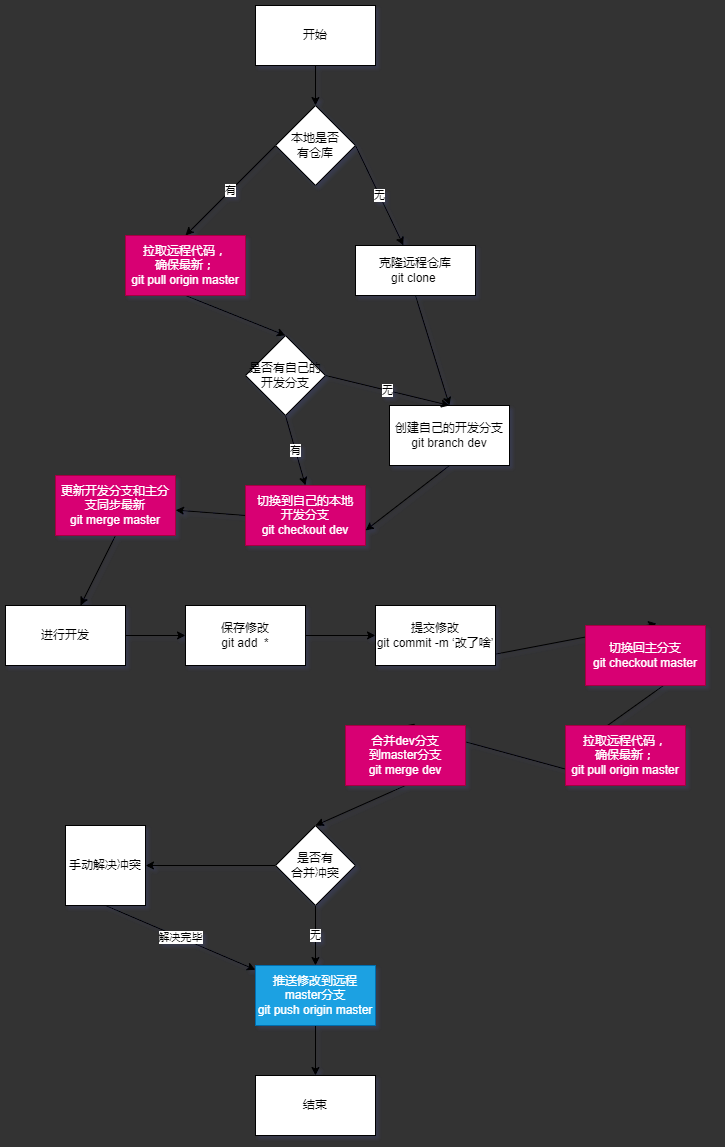
This is git_step.png from 0x7A7A6572/primary-care-client, a draw.io export, as it was before one commit. Source tidied: cells renumbered, new cells last; positions are measured from the earlier drawing's top-left corner, leaving out a move shared by most shapes.
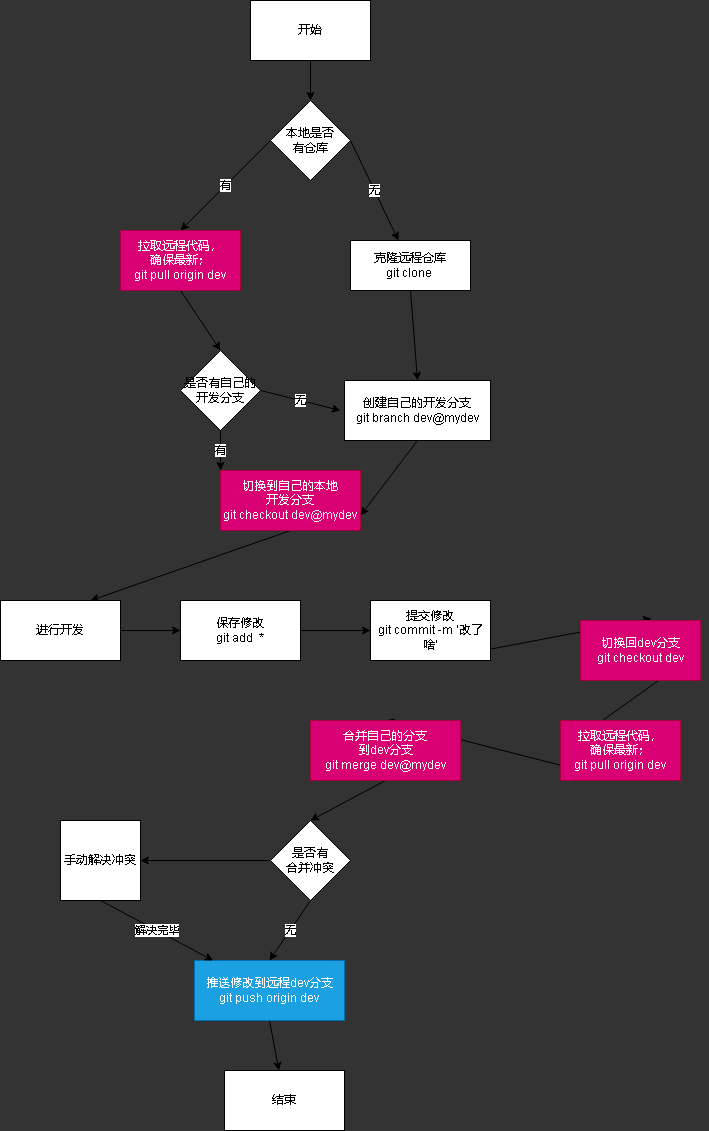
The same file after the commit.

The edit, as a diff of the source:
```diff
@@ -20,7 +20,7 @@
     <mxCell id="7" style="edgeStyle=none;html=1;exitX=0.5;exitY=1;exitDx=0;exitDy=0;entryX=0.5;entryY=0;entryDx=0;entryDy=0;" parent="1" edge="1" source="8" target="17">
       <mxGeometry relative="1" as="geometry" />
     </mxCell>
-    <mxCell id="8" value="拉取远程代码，&lt;br&gt;确保最新；&lt;br&gt;git pull origin master" style="rounded=0;whiteSpace=wrap;html=1;fillColor=#d80073;fontColor=#ffffff;strokeColor=#A50040;" parent="1" vertex="1">
+    <mxCell id="8" value="拉取远程代码，&lt;br&gt;确保最新；&lt;br&gt;git pull origin dev" style="rounded=0;whiteSpace=wrap;html=1;fillColor=#d80073;fontColor=#ffffff;strokeColor=#A50040;" parent="1" vertex="1">
       <mxGeometry x="120" y="230" width="120" height="60" as="geometry" />
     </mxCell>
     <mxCell id="9" style="edgeStyle=none;html=1;exitX=0.5;exitY=1;exitDx=0;exitDy=0;entryX=0.5;entryY=0;entryDx=0;entryDy=0;" parent="1" edge="1" source="10" target="14">
@@ -29,26 +29,31 @@
     <mxCell id="10" value="克隆远程仓库&lt;br&gt;git clone&amp;nbsp;" style="rounded=0;whiteSpace=wrap;html=1;" parent="1" vertex="1">
       <mxGeometry x="350" y="240" width="120" height="50" as="geometry" />
     </mxCell>
-    <mxCell id="11" style="edgeStyle=none;html=1;exitX=0;exitY=0.5;exitDx=0;exitDy=0;" parent="1" edge="1" source="12" target="39">
+    <mxCell id="11" style="edgeStyle=none;html=1;exitX=0.5;exitY=1;exitDx=0;exitDy=0;entryX=0.75;entryY=0;entryDx=0;entryDy=0;" parent="1" edge="1" source="12" target="19">
       <mxGeometry relative="1" as="geometry" />
     </mxCell>
-    <mxCell id="12" value="切换到自己的本地&lt;br&gt;开发分支&lt;br&gt;git checkout dev" style="rounded=0;whiteSpace=wrap;html=1;fillColor=#d80073;fontColor=#ffffff;strokeColor=#A50040;" parent="1" vertex="1">
-      <mxGeometry x="240" y="480" width="120" height="60" as="geometry" />
+    <mxCell id="12" value="切换到自己的本地&lt;br&gt;开发分支&lt;br&gt;git checkout&amp;nbsp;&lt;span style=&quot;color: rgb(240 , 240 , 240)&quot;&gt;dev@mydev&lt;/span&gt;" style="rounded=0;whiteSpace=wrap;html=1;fillColor=#d80073;fontColor=#ffffff;strokeColor=#A50040;" parent="1" vertex="1">
+      <mxGeometry x="220" y="470" width="140" height="60" as="geometry" />
     </mxCell>
     <mxCell id="13" style="edgeStyle=none;html=1;exitX=0.5;exitY=1;exitDx=0;exitDy=0;entryX=1;entryY=0.75;entryDx=0;entryDy=0;" parent="1" edge="1" source="14" target="12">
       <mxGeometry relative="1" as="geometry" />
     </mxCell>
-    <mxCell id="14" value="创建自己的开发分支&lt;br&gt;git branch dev" style="rounded=0;whiteSpace=wrap;html=1;" parent="1" vertex="1">
-      <mxGeometry x="384" y="400" width="120" height="60" as="geometry" />
+    <mxCell id="14" value="创建自己的开发分支&lt;br&gt;git branch dev@mydev" style="rounded=0;whiteSpace=wrap;html=1;" parent="1" vertex="1">
+      <mxGeometry x="344" y="380" width="146" height="60" as="geometry" />
     </mxCell>
-    <mxCell id="15" value="无" style="edgeStyle=none;html=1;exitX=1;exitY=0.5;exitDx=0;exitDy=0;entryX=0.5;entryY=0;entryDx=0;entryDy=0;" parent="1" edge="1" source="17" target="14">
-      <mxGeometry relative="1" as="geometry" />
+    <mxCell id="15" value="无" style="edgeStyle=none;html=1;exitX=1;exitY=0.5;exitDx=0;exitDy=0;" parent="1" edge="1" source="17">
+      <mxGeometry relative="1" as="geometry">
+        <mxPoint x="340" y="410" as="targetPoint" />
+        <Array as="points">
+          <mxPoint x="340" y="410" />
+        </Array>
+      </mxGeometry>
     </mxCell>
-    <mxCell id="16" value="有" style="edgeStyle=none;html=1;exitX=0.5;exitY=1;exitDx=0;exitDy=0;entryX=0.5;entryY=0;entryDx=0;entryDy=0;" parent="1" edge="1" source="17" target="12">
+    <mxCell id="16" value="有" style="edgeStyle=none;html=1;exitX=0.5;exitY=1;exitDx=0;exitDy=0;entryX=0;entryY=0;entryDx=0;entryDy=0;" parent="1" edge="1" source="17" target="12">
       <mxGeometry relative="1" as="geometry" />
     </mxCell>
     <mxCell id="17" value="是否有自己的&lt;br&gt;开发分支" style="rhombus;whiteSpace=wrap;html=1;" parent="1" vertex="1">
-      <mxGeometry x="240" y="330" width="80" height="80" as="geometry" />
+      <mxGeometry x="180" y="350" width="80" height="80" as="geometry" />
     </mxCell>
     <mxCell id="18" style="edgeStyle=none;html=1;exitX=1;exitY=0.5;exitDx=0;exitDy=0;" parent="1" edge="1" source="19" target="21">
       <mxGeometry relative="1" as="geometry" />
@@ -71,20 +76,20 @@
     <mxCell id="24" style="edgeStyle=none;html=1;exitX=1;exitY=0.5;exitDx=0;exitDy=0;entryX=0;entryY=0.5;entryDx=0;entryDy=0;" parent="1" edge="1" source="25" target="27">
       <mxGeometry relative="1" as="geometry" />
     </mxCell>
-    <mxCell id="25" value="切换回主分支&lt;br&gt;git checkout master" style="rounded=0;whiteSpace=wrap;html=1;fillColor=#d80073;fontColor=#ffffff;strokeColor=#A50040;" parent="1" vertex="1">
+    <mxCell id="25" value="切换回dev分支&lt;br&gt;git checkout dev" style="rounded=0;whiteSpace=wrap;html=1;fillColor=#d80073;fontColor=#ffffff;strokeColor=#A50040;" parent="1" vertex="1">
       <mxGeometry x="580" y="620" width="120" height="60" as="geometry" />
     </mxCell>
     <mxCell id="26" style="edgeStyle=none;html=1;exitX=0.5;exitY=1;exitDx=0;exitDy=0;entryX=0.5;entryY=0;entryDx=0;entryDy=0;" parent="1" edge="1" source="27" target="29">
       <mxGeometry relative="1" as="geometry" />
     </mxCell>
-    <mxCell id="27" value="拉取远程代码，&lt;br&gt;确保最新；&lt;br&gt;git pull origin master" style="rounded=0;whiteSpace=wrap;html=1;fillColor=#d80073;fontColor=#ffffff;strokeColor=#A50040;" parent="1" vertex="1">
+    <mxCell id="27" value="拉取远程代码，&lt;br&gt;确保最新；&lt;br&gt;git pull origin dev" style="rounded=0;whiteSpace=wrap;html=1;fillColor=#d80073;fontColor=#ffffff;strokeColor=#A50040;" parent="1" vertex="1">
       <mxGeometry x="560" y="720" width="120" height="60" as="geometry" />
     </mxCell>
     <mxCell id="28" style="edgeStyle=none;html=1;exitX=0.5;exitY=1;exitDx=0;exitDy=0;entryX=0.5;entryY=0;entryDx=0;entryDy=0;" parent="1" edge="1" source="29" target="32">
       <mxGeometry relative="1" as="geometry" />
     </mxCell>
-    <mxCell id="29" value="合并dev分支&lt;br&gt;到master分支&lt;br&gt;git merge dev" style="rounded=0;whiteSpace=wrap;html=1;fillColor=#d80073;fontColor=#ffffff;strokeColor=#A50040;" parent="1" vertex="1">
-      <mxGeometry x="340" y="720" width="120" height="60" as="geometry" />
+    <mxCell id="29" value="合并自己的分支&lt;br&gt;到dev分支&lt;br&gt;git merge dev@mydev" style="rounded=0;whiteSpace=wrap;html=1;fillColor=#d80073;fontColor=#ffffff;strokeColor=#A50040;" parent="1" vertex="1">
+      <mxGeometry x="310" y="720" width="150" height="60" as="geometry" />
     </mxCell>
     <mxCell id="30" value="无" style="edgeStyle=none;html=1;exitX=0.5;exitY=1;exitDx=0;exitDy=0;entryX=0.5;entryY=0;entryDx=0;entryDy=0;" parent="1" edge="1" source="32" target="34">
       <mxGeometry relative="1" as="geometry" />
@@ -98,11 +103,11 @@
     <mxCell id="33" style="edgeStyle=none;html=1;exitX=0.5;exitY=1;exitDx=0;exitDy=0;" parent="1" edge="1" source="34" target="35">
       <mxGeometry relative="1" as="geometry" />
     </mxCell>
-    <mxCell id="34" value="推送修改到远程master分支&lt;br&gt;git push origin master" style="rounded=0;whiteSpace=wrap;html=1;fillColor=#1ba1e2;fontColor=#ffffff;strokeColor=#006EAF;" parent="1" vertex="1">
-      <mxGeometry x="250" y="960" width="120" height="60" as="geometry" />
+    <mxCell id="34" value="推送修改到远程dev分支&lt;br&gt;git push origin dev" style="rounded=0;whiteSpace=wrap;html=1;fillColor=#1ba1e2;fontColor=#ffffff;strokeColor=#006EAF;" parent="1" vertex="1">
+      <mxGeometry x="194" y="960" width="150" height="60" as="geometry" />
     </mxCell>
     <mxCell id="35" value="结束" style="rounded=0;whiteSpace=wrap;html=1;" parent="1" vertex="1">
-      <mxGeometry x="250" y="1070" width="120" height="60" as="geometry" />
+      <mxGeometry x="224" y="1070" width="120" height="60" as="geometry" />
     </mxCell>
     <mxCell id="36" value="解决完毕" style="edgeStyle=none;html=1;exitX=0.5;exitY=1;exitDx=0;exitDy=0;" parent="1" edge="1" source="37" target="34">
       <mxGeometry relative="1" as="geometry" />
@@ -110,11 +115,5 @@
     <mxCell id="37" value="手动解决冲突" style="whiteSpace=wrap;html=1;" parent="1" vertex="1">
       <mxGeometry x="60" y="820" width="80" height="80" as="geometry" />
     </mxCell>
-    <mxCell id="38" style="edgeStyle=none;html=1;exitX=0.5;exitY=1;exitDx=0;exitDy=0;" parent="1" edge="1" source="39" target="19">
-      <mxGeometry relative="1" as="geometry" />
-    </mxCell>
-    <mxCell id="39" value="更新开发分支和主分支同步最新&lt;br&gt;git merge master" style="rounded=0;whiteSpace=wrap;html=1;fillColor=#d80073;fontColor=#ffffff;strokeColor=#A50040;" parent="1" vertex="1">
-      <mxGeometry x="50" y="470" width="120" height="60" as="geometry" />
-    </mxCell>
   </root>
 </mxGraphModel>
```
